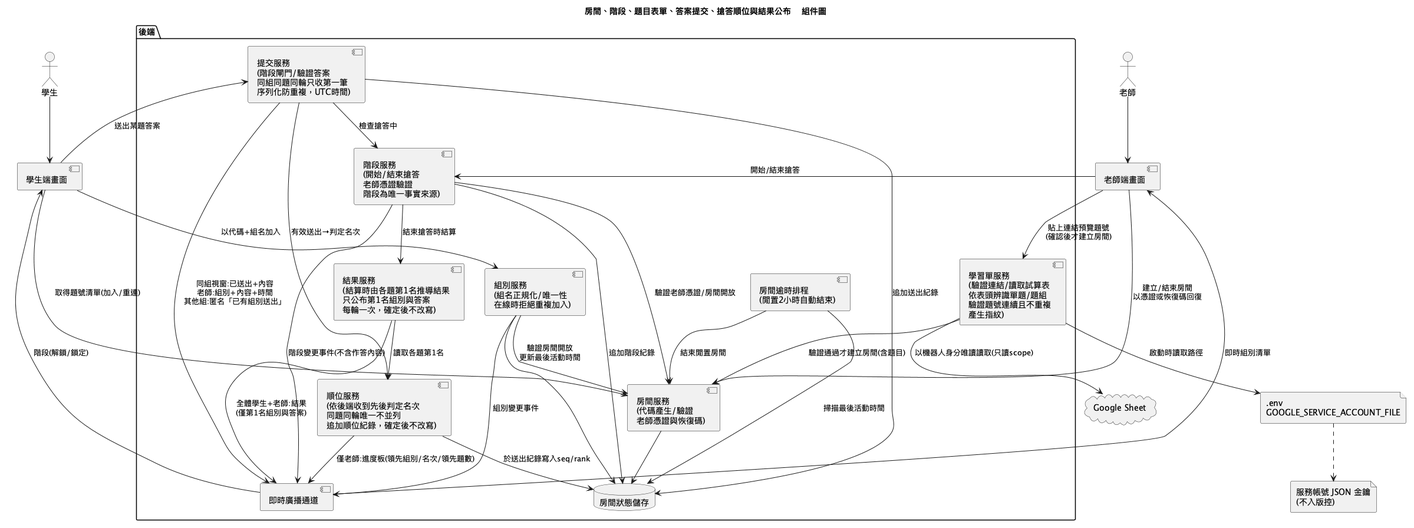
Earlier version of the PlantUML export diagrams/component.png (lin900822/ncu-se-final). The source it was exported from:
```plantuml
@startuml component
title 房間、階段、題目表單、答案提交、搶答順位與結果公布 - 組件圖
actor 老師
actor 學生
component "老師端畫面" as TUI
component "學生端畫面" as SUI
package "後端" {
  component "房間服務\n(代碼產生/驗證\n老師憑證與恢復碼)" as RoomSvc
  component "組別服務\n(組名正規化/唯一性\n在線時拒絕重複加入)" as GroupSvc
  component "學習單服務\n(驗證連結/讀取試算表\n依表頭辨識單題/題組\n驗證題號連續且不重複\n產生指紋)" as SheetSvc
  component "提交服務\n(階段閘門/驗證答案\n同組同題同輪只收第一筆\n序列化防重複，UTC時間)" as SubmitSvc
  component "順位服務\n(依後端收到先後判定名次\n同題同輪唯一不並列\n追加順位紀錄，確定後不改寫)" as RankSvc
  component "結果服務\n(結算時由各題第1名推導結果\n只公布第1名組別與答案\n每輪一次，確定後不改寫)" as ResultSvc
  component "階段服務\n(開始/結束搶答\n老師憑證驗證\n階段為唯一事實來源)" as PhaseSvc
  component "房間逾時排程\n(閒置2小時自動結束)" as Expiry
  component "即時廣播通道" as Realtime
  database "房間狀態儲存" as Store
}
file ".env\nGOOGLE_SERVICE_ACCOUNT_FILE" as Env
file "服務帳號 JSON 金鑰\n(不入版控)" as Key
cloud "Google Sheet" as Sheets
老師 --> TUI
學生 --> SUI
TUI --> SheetSvc : 貼上連結預覽題號\n(確認後才建立房間)
SheetSvc --> RoomSvc : 驗證通過才建立房間(含題目)
SheetSvc --> Env : 啟動時讀取路徑
Env ..> Key
SheetSvc --> Sheets : 以機器人身分唯讀讀取(只讀scope)
SUI --> RoomSvc : 取得題號清單(加入/重連)
SUI --> SubmitSvc : 送出某題答案
SubmitSvc --> PhaseSvc : 檢查搶答中
SubmitSvc --> Store : 追加送出紀錄
SubmitSvc --> RankSvc : 有效送出→判定名次
RankSvc --> Store : 於送出紀錄寫入seq/rank
RankSvc --> Realtime : 僅老師:進度板(領先組別/名次/領先題數)
SubmitSvc --> Realtime : 同組視窗:已送出+內容\n老師:組別+內容+時間\n其他組:匿名「已有組別送出」
PhaseSvc --> ResultSvc : 結束搶答時結算
ResultSvc --> Realtime : 全體學生+老師:結果\n(僅第1名組別與答案)
ResultSvc --> RankSvc : 讀取各題第1名
TUI --> PhaseSvc : 開始/結束搶答
PhaseSvc --> RoomSvc : 驗證老師憑證/房間開放
PhaseSvc --> Store : 追加階段紀錄
PhaseSvc --> Realtime : 階段變更事件(不含作答內容)
Realtime --> SUI : 階段(解鎖/鎖定)
TUI --> RoomSvc : 建立/結束房間\n以憑證或恢復碼回復
SUI --> GroupSvc : 以代碼+組名加入
GroupSvc --> RoomSvc : 驗證房間開放\n更新最後活動時間
RoomSvc --> Store
GroupSvc --> Store
Expiry --> RoomSvc : 結束閒置房間
Expiry --> Store : 掃描最後活動時間
GroupSvc --> Realtime : 組別變更事件
Realtime --> TUI : 即時組別清單
@enduml
```
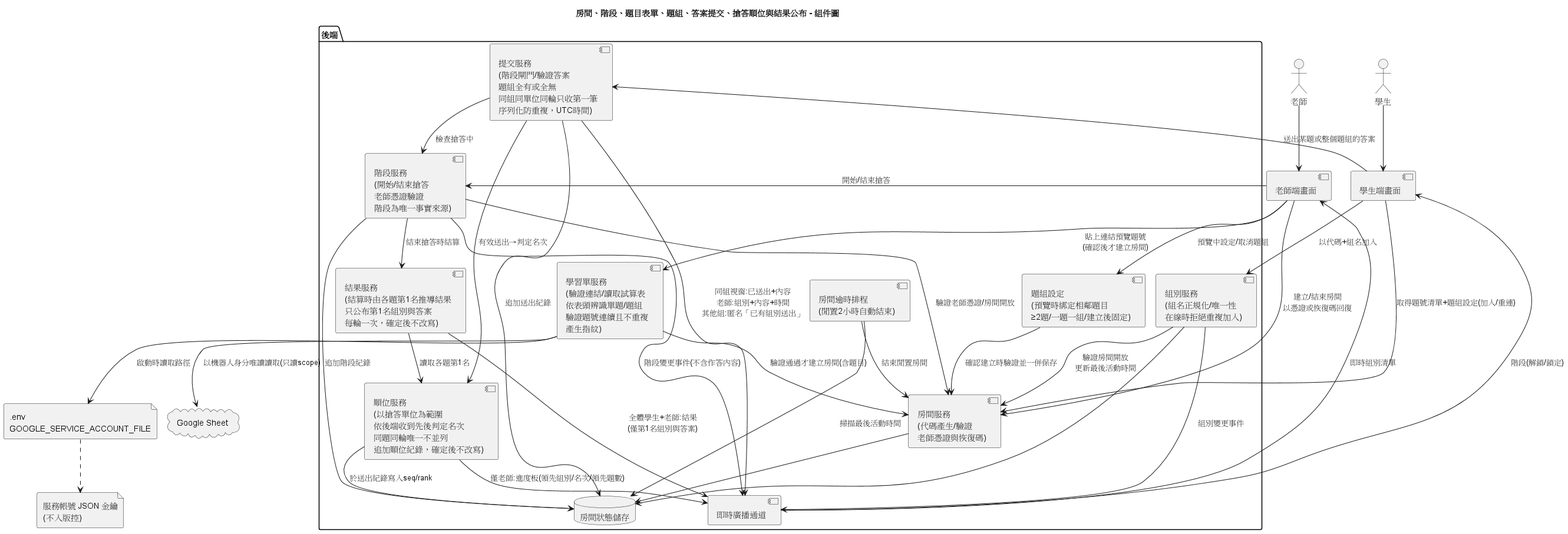
Above is the later version.

The edit, as a diff of the source:
```diff
@@ -1,5 +1,6 @@
 @startuml component
-title 房間、階段、題目表單、答案提交、搶答順位與結果公布 - 組件圖
+!pragma layout smetana
+title 房間、階段、題目表單、題組、答案提交、搶答順位與結果公布 - 組件圖
 actor 老師
 actor 學生
 component "老師端畫面" as TUI
@@ -8,8 +9,9 @@
   component "房間服務\n(代碼產生/驗證\n老師憑證與恢復碼)" as RoomSvc
   component "組別服務\n(組名正規化/唯一性\n在線時拒絕重複加入)" as GroupSvc
   component "學習單服務\n(驗證連結/讀取試算表\n依表頭辨識單題/題組\n驗證題號連續且不重複\n產生指紋)" as SheetSvc
-  component "提交服務\n(階段閘門/驗證答案\n同組同題同輪只收第一筆\n序列化防重複，UTC時間)" as SubmitSvc
-  component "順位服務\n(依後端收到先後判定名次\n同題同輪唯一不並列\n追加順位紀錄，確定後不改寫)" as RankSvc
+  component "題組設定\n(預覽時綁定相鄰題目\n≥2題/一題一組/建立後固定)" as BundleSvc
+  component "提交服務\n(階段閘門/驗證答案\n題組全有或全無\n同組同單位同輪只收第一筆\n序列化防重複，UTC時間)" as SubmitSvc
+  component "順位服務\n(以搶答單位為範圍\n依後端收到先後判定名次\n同題同輪唯一不並列\n追加順位紀錄，確定後不改寫)" as RankSvc
   component "結果服務\n(結算時由各題第1名推導結果\n只公布第1名組別與答案\n每輪一次，確定後不改寫)" as ResultSvc
   component "階段服務\n(開始/結束搶答\n老師憑證驗證\n階段為唯一事實來源)" as PhaseSvc
   component "房間逾時排程\n(閒置2小時自動結束)" as Expiry
@@ -23,11 +25,13 @@
 學生 --> SUI
 TUI --> SheetSvc : 貼上連結預覽題號\n(確認後才建立房間)
 SheetSvc --> RoomSvc : 驗證通過才建立房間(含題目)
+TUI --> BundleSvc : 預覽中設定/取消題組
+BundleSvc --> RoomSvc : 確認建立時驗證並一併保存
 SheetSvc --> Env : 啟動時讀取路徑
 Env ..> Key
 SheetSvc --> Sheets : 以機器人身分唯讀讀取(只讀scope)
-SUI --> RoomSvc : 取得題號清單(加入/重連)
-SUI --> SubmitSvc : 送出某題答案
+SUI --> RoomSvc : 取得題號清單+題組設定(加入/重連)
+SUI --> SubmitSvc : 送出某題或整個題組的答案
 SubmitSvc --> PhaseSvc : 檢查搶答中
 SubmitSvc --> Store : 追加送出紀錄
 SubmitSvc --> RankSvc : 有效送出→判定名次
```
